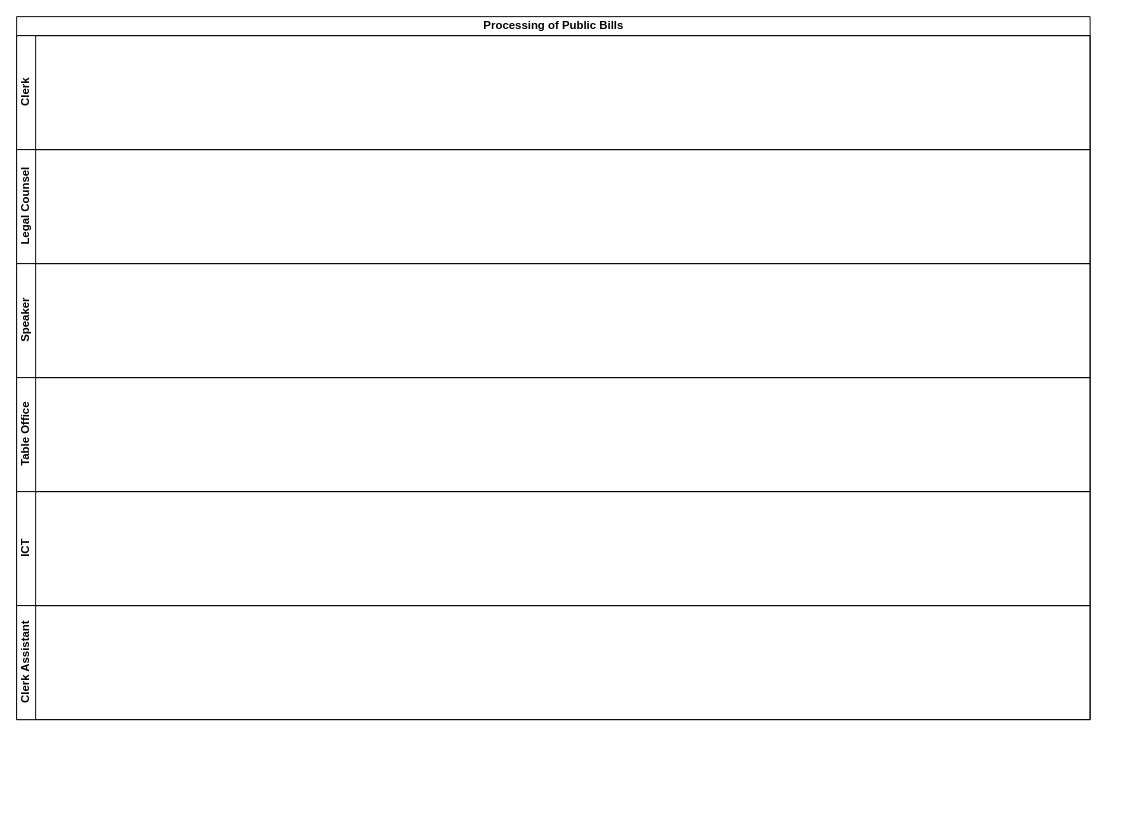
Above: Processing of Public Bills.drawio in kmagua/flowcharts (draw.io), before the change. Source tidied: cells renumbered, new cells numbered last; positions are measured from the earlier drawing's top-left corner, leaving out a move shared by most shapes. Both pictures are drawn from the tidied source at 95%, with x=0, y=0 at pixel (16, 16).
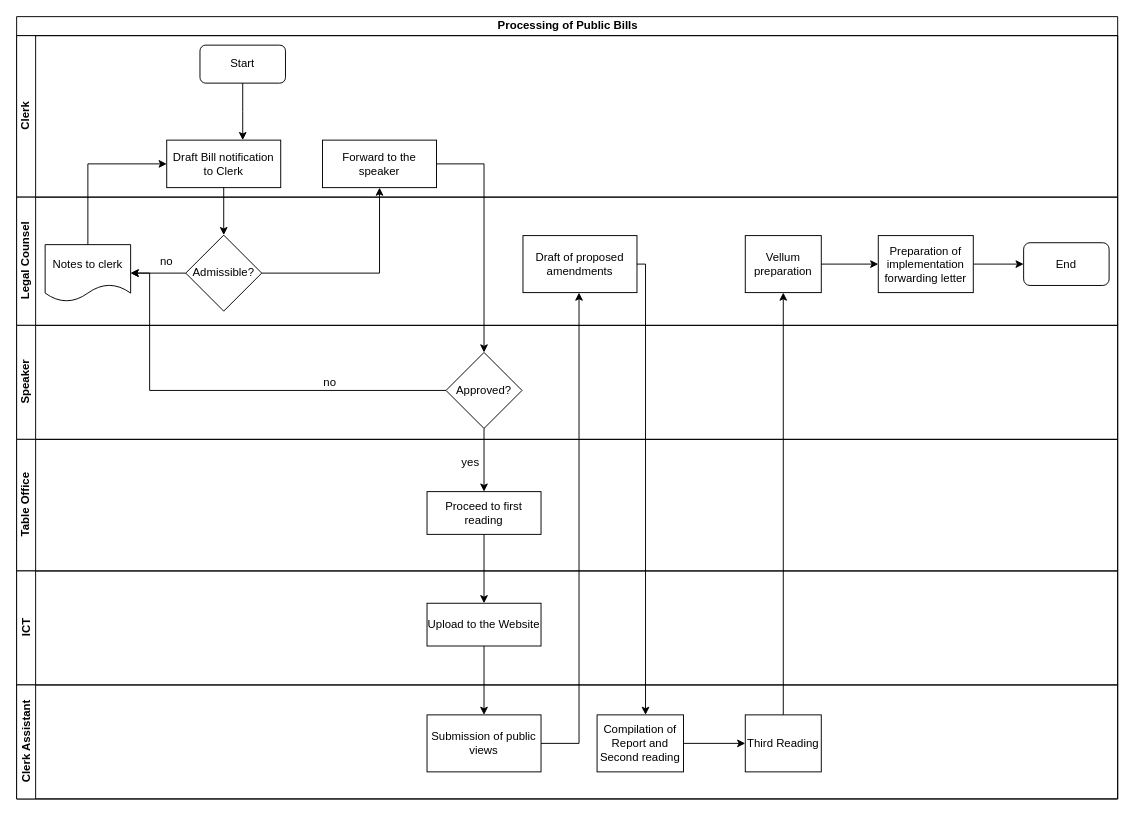
The same diagram, later.

Change to the diagram source:
```diff
@@
     <mxCell id="2" value="Processing of Public Bills" style="swimlane;html=1;horizontal=1;startSize=20;" parent="1" vertex="1">
-      <mxGeometry width="1130" height="740" as="geometry" />
+      <mxGeometry width="1159" height="823.5" as="geometry" />
     </mxCell>
     <mxCell id="3" value="Clerk" style="swimlane;html=1;startSize=20;horizontal=0;" parent="2" vertex="1">
-      <mxGeometry y="20" width="1130" height="120" as="geometry" />
+      <mxGeometry y="20" width="1159" height="170" as="geometry" />
     </mxCell>
+    <mxCell id="9" value="Start" style="rounded=1;whiteSpace=wrap;html=1;" parent="3" vertex="1">
+      <mxGeometry x="193" y="10" width="90" height="40" as="geometry" />
+    </mxCell>
+    <mxCell id="10" value="Forward to the speaker" style="whiteSpace=wrap;html=1;rounded=0;" parent="3" vertex="1">
+      <mxGeometry x="322" y="110" width="120" height="50" as="geometry" />
+    </mxCell>
+    <mxCell id="11" value="Draft Bill notification to Clerk" style="rounded=0;whiteSpace=wrap;html=1;" parent="3" vertex="1">
+      <mxGeometry x="158" y="110" width="120" height="50" as="geometry" />
+    </mxCell>
     <mxCell id="4" value="Legal Counsel" style="swimlane;html=1;startSize=20;horizontal=0;" parent="2" vertex="1">
-      <mxGeometry y="140" width="1130" height="120" as="geometry" />
+      <mxGeometry y="190" width="1159" height="135" as="geometry" />
     </mxCell>
+    <mxCell id="12" value="End" style="rounded=1;whiteSpace=wrap;html=1;" parent="4" vertex="1">
+      <mxGeometry x="1060" y="48" width="90" height="45" as="geometry" />
+    </mxCell>
+    <mxCell id="13" value="Draft of proposed amendments" style="whiteSpace=wrap;html=1;rounded=0;" parent="4" vertex="1">
+      <mxGeometry x="533" y="40.5" width="120" height="60" as="geometry" />
+    </mxCell>
+    <mxCell id="14" value="Vellum preparation" style="whiteSpace=wrap;html=1;rounded=0;" parent="4" vertex="1">
+      <mxGeometry x="767" y="40.5" width="80" height="60" as="geometry" />
+    </mxCell>
+    <mxCell id="15" value="no" style="text;html=1;strokeColor=none;fillColor=none;align=center;verticalAlign=middle;whiteSpace=wrap;rounded=0;" parent="4" vertex="1">
+      <mxGeometry x="138" y="57.5" width="40" height="20" as="geometry" />
+    </mxCell>
+    <mxCell id="16" value="Notes to clerk" style="shape=document;whiteSpace=wrap;html=1;boundedLbl=1;" parent="4" vertex="1">
+      <mxGeometry x="30" y="50" width="90" height="60" as="geometry" />
+    </mxCell>
+    <mxCell id="17" value="Admissible?" style="rhombus;whiteSpace=wrap;html=1;rounded=0;" parent="4" vertex="1">
+      <mxGeometry x="178" y="40" width="80" height="80" as="geometry" />
+    </mxCell>
+    <mxCell id="18" style="edgeStyle=orthogonalEdgeStyle;rounded=0;jettySize=auto;html=1;entryX=1;entryY=0.5;entryDx=0;entryDy=0;" parent="4" edge="1" source="17" target="16">
+      <mxGeometry relative="1" as="geometry" />
+    </mxCell>
     <mxCell id="5" value="Speaker" style="swimlane;html=1;startSize=20;horizontal=0;" parent="2" vertex="1">
-      <mxGeometry y="260" width="1130" height="120" as="geometry" />
+      <mxGeometry y="325" width="1159" height="120" as="geometry" />
     </mxCell>
+    <mxCell id="19" value="no" style="text;html=1;strokeColor=none;fillColor=none;align=center;verticalAlign=middle;whiteSpace=wrap;rounded=0;" parent="5" vertex="1">
+      <mxGeometry x="310" y="50" width="40" height="20" as="geometry" />
+    </mxCell>
+    <mxCell id="20" value="Approved?" style="rhombus;whiteSpace=wrap;html=1;rounded=0;" parent="5" vertex="1">
+      <mxGeometry x="452" y="28.5" width="80" height="80" as="geometry" />
+    </mxCell>
     <mxCell id="6" value="Table Office" style="swimlane;html=1;startSize=20;horizontal=0;" parent="2" vertex="1">
-      <mxGeometry y="380" width="1130" height="120" as="geometry" />
+      <mxGeometry y="445" width="1159" height="138.5" as="geometry" />
     </mxCell>
+    <mxCell id="21" value="yes" style="text;html=1;strokeColor=none;fillColor=none;align=center;verticalAlign=middle;whiteSpace=wrap;rounded=0;" parent="6" vertex="1">
+      <mxGeometry x="458" y="15" width="40" height="20" as="geometry" />
+    </mxCell>
+    <mxCell id="22" value="Proceed to first reading" style="whiteSpace=wrap;html=1;rounded=0;" parent="6" vertex="1">
+      <mxGeometry x="432" y="55" width="120" height="45" as="geometry" />
+    </mxCell>
     <mxCell id="7" value="ICT" style="swimlane;html=1;startSize=20;horizontal=0;" parent="2" vertex="1">
-      <mxGeometry y="500" width="1130" height="120" as="geometry" />
+      <mxGeometry y="583.5" width="1159" height="120" as="geometry" />
     </mxCell>
+    <mxCell id="23" value="Upload to the Website" style="whiteSpace=wrap;html=1;rounded=0;" parent="7" vertex="1">
+      <mxGeometry x="432" y="34" width="120" height="45" as="geometry" />
+    </mxCell>
     <mxCell id="8" value="Clerk Assistant" style="swimlane;html=1;startSize=20;horizontal=0;" parent="2" vertex="1">
-      <mxGeometry y="620" width="1130" height="120" as="geometry" />
+      <mxGeometry y="703.5" width="1159" height="120" as="geometry" />
     </mxCell>
+    <mxCell id="24" value="Submission of public views" style="whiteSpace=wrap;html=1;rounded=0;" parent="8" vertex="1">
+      <mxGeometry x="432" y="31.5" width="120" height="60" as="geometry" />
+    </mxCell>
+    <mxCell id="25" value="Compilation of Report and Second reading" style="whiteSpace=wrap;html=1;rounded=0;" parent="8" vertex="1">
+      <mxGeometry x="611" y="31.5" width="91" height="60" as="geometry" />
+    </mxCell>
+    <mxCell id="26" style="edgeStyle=orthogonalEdgeStyle;rounded=0;jettySize=auto;html=1;" parent="2" edge="1" source="11" target="17">
+      <mxGeometry relative="1" as="geometry" />
+    </mxCell>
+    <mxCell id="27" style="edgeStyle=orthogonalEdgeStyle;rounded=0;jettySize=auto;html=1;entryX=0;entryY=0.5;entryDx=0;entryDy=0;" parent="2" edge="1" source="16" target="11">
+      <mxGeometry relative="1" as="geometry">
+        <Array as="points">
+          <mxPoint x="75" y="155" />
+        </Array>
+      </mxGeometry>
+    </mxCell>
+    <mxCell id="28" style="edgeStyle=orthogonalEdgeStyle;rounded=0;jettySize=auto;html=1;" parent="2" edge="1" source="17" target="10">
+      <mxGeometry relative="1" as="geometry" />
+    </mxCell>
+    <mxCell id="29" style="edgeStyle=orthogonalEdgeStyle;rounded=0;jettySize=auto;html=1;" parent="2" edge="1" source="10" target="20">
+      <mxGeometry relative="1" as="geometry" />
+    </mxCell>
+    <mxCell id="30" style="edgeStyle=orthogonalEdgeStyle;rounded=0;jettySize=auto;html=1;" parent="2" edge="1" source="20" target="22">
+      <mxGeometry relative="1" as="geometry" />
+    </mxCell>
+    <mxCell id="31" style="edgeStyle=orthogonalEdgeStyle;rounded=0;jettySize=auto;html=1;" parent="2" edge="1" source="22" target="23">
+      <mxGeometry relative="1" as="geometry" />
+    </mxCell>
+    <mxCell id="32" style="edgeStyle=orthogonalEdgeStyle;rounded=0;jettySize=auto;html=1;" parent="2" edge="1" source="23" target="24">
+      <mxGeometry relative="1" as="geometry" />
+    </mxCell>
+    <mxCell id="33" style="edgeStyle=orthogonalEdgeStyle;rounded=0;jettySize=auto;html=1;entryX=1;entryY=0.5;entryDx=0;entryDy=0;" parent="2" edge="1" source="20" target="16">
+      <mxGeometry relative="1" as="geometry">
+        <Array as="points">
+          <mxPoint x="140" y="394" />
+          <mxPoint x="140" y="270" />
+        </Array>
+      </mxGeometry>
+    </mxCell>
+    <mxCell id="34" style="edgeStyle=orthogonalEdgeStyle;rounded=0;jettySize=auto;html=1;" parent="2" edge="1" source="24" target="13">
+      <mxGeometry relative="1" as="geometry">
+        <Array as="points">
+          <mxPoint x="592" y="765" />
+        </Array>
+      </mxGeometry>
+    </mxCell>
+    <mxCell id="35" style="edgeStyle=orthogonalEdgeStyle;rounded=0;jettySize=auto;html=1;exitX=1;exitY=0.5;exitDx=0;exitDy=0;" parent="2" edge="1" source="13" target="25">
+      <mxGeometry relative="1" as="geometry">
+        <Array as="points">
+          <mxPoint x="662" y="261" />
+        </Array>
+      </mxGeometry>
+    </mxCell>
+    <mxCell id="36" style="edgeStyle=orthogonalEdgeStyle;rounded=0;jettySize=auto;html=1;" parent="1" edge="1" source="9">
+      <mxGeometry relative="1" as="geometry">
+        <mxPoint x="238" y="130" as="targetPoint" />
+      </mxGeometry>
+    </mxCell>
+    <mxCell id="37" style="edgeStyle=orthogonalEdgeStyle;rounded=0;jettySize=auto;html=1;" parent="1" edge="1" source="38" target="14">
+      <mxGeometry relative="1" as="geometry" />
+    </mxCell>
+    <mxCell id="38" value="Third Reading" style="whiteSpace=wrap;html=1;rounded=0;" parent="1" vertex="1">
+      <mxGeometry x="767" y="735" width="80" height="60" as="geometry" />
+    </mxCell>
+    <mxCell id="39" style="edgeStyle=orthogonalEdgeStyle;rounded=0;jettySize=auto;html=1;" parent="1" edge="1" source="25" target="38">
+      <mxGeometry relative="1" as="geometry" />
+    </mxCell>
+    <mxCell id="40" style="edgeStyle=orthogonalEdgeStyle;rounded=0;jettySize=auto;html=1;entryX=0;entryY=0.5;entryDx=0;entryDy=0;" parent="1" edge="1" source="41" target="12">
+      <mxGeometry relative="1" as="geometry" />
+    </mxCell>
+    <mxCell id="41" value="Preparation of implementation forwarding letter" style="whiteSpace=wrap;html=1;rounded=0;" parent="1" vertex="1">
+      <mxGeometry x="907" y="230.5" width="100" height="60" as="geometry" />
+    </mxCell>
+    <mxCell id="42" style="edgeStyle=orthogonalEdgeStyle;rounded=0;jettySize=auto;html=1;" parent="1" edge="1" source="14" target="41">
+      <mxGeometry relative="1" as="geometry" />
+    </mxCell>
```
